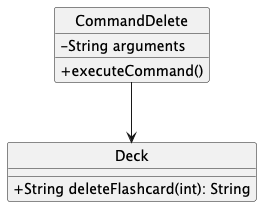
Earlier version of the PlantUML export docs/images/DeleteClassDiagram.png (felfelyuen/tp).
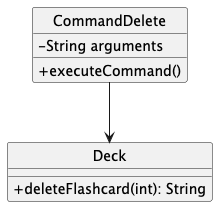
The same file after the commit.

Commit message:
editedn diagrams and added tests for saving and loading

Diff of the diagram source:
```diff
@@ -7,7 +7,7 @@
 }
 
 class Deck {
-  + String deleteFlashcard(int): String
+  + deleteFlashcard(int): String
 }
 
 CommandDelete --> Deck
```
